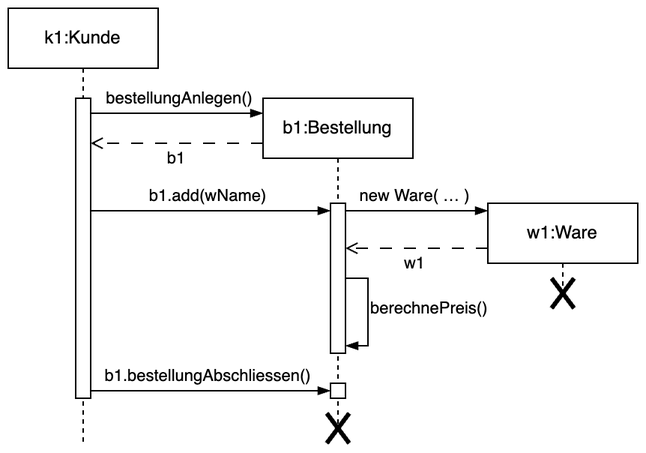
clemenswitt/pp keeps this draw.io diagram as Assets/pkl-pp-06-sequenzdiagramm.png. Above is the earlier version. Source tidied: cells renumbered, new cells last; positions are measured from the earlier drawing's top-left corner, leaving out a move shared by most shapes. Its diagram source:
```xml
<mxGraphModel>
  <root>
    <mxCell id="0" />
    <mxCell id="1" parent="0" />
    <mxCell id="2" value="k1:Kunde" style="shape=umlLifeline;perimeter=lifelinePerimeter;whiteSpace=wrap;html=1;newEdgeStyle={&quot;curved&quot;:0,&quot;rounded&quot;:0};" parent="1" vertex="1">
      <mxGeometry width="100" height="290" as="geometry" />
    </mxCell>
    <mxCell id="3" style="html=1;points=[[0,0,0,0,5],[0,1,0,0,-5],[1,0,0,0,5],[1,1,0,0,-5]];perimeter=orthogonalPerimeter;outlineConnect=0;targetShapes=umlLifeline;portConstraint=eastwest;newEdgeStyle={&quot;curved&quot;:0,&quot;rounded&quot;:0};" parent="2" vertex="1">
      <mxGeometry x="45" y="60" width="10" height="200" as="geometry" />
    </mxCell>
    <mxCell id="4" value="b1:Bestellung" style="shape=umlLifeline;perimeter=lifelinePerimeter;whiteSpace=wrap;html=1;newEdgeStyle={&quot;curved&quot;:0,&quot;rounded&quot;:0};" parent="1" vertex="1">
      <mxGeometry x="170" y="60" width="100" height="220" as="geometry" />
    </mxCell>
    <mxCell id="5" style="html=1;points=[[0,0,0,0,5],[0,1,0,0,-5],[1,0,0,0,5],[1,1,0,0,-5]];perimeter=orthogonalPerimeter;outlineConnect=0;targetShapes=umlLifeline;portConstraint=eastwest;newEdgeStyle={&quot;curved&quot;:0,&quot;rounded&quot;:0};" parent="4" vertex="1">
      <mxGeometry x="45" y="70" width="10" height="100" as="geometry" />
    </mxCell>
    <mxCell id="6" style="html=1;points=[[0,0,0,0,5],[0,1,0,0,-5],[1,0,0,0,5],[1,1,0,0,-5]];perimeter=orthogonalPerimeter;outlineConnect=0;targetShapes=umlLifeline;portConstraint=eastwest;newEdgeStyle={&quot;curved&quot;:0,&quot;rounded&quot;:0};" parent="4" vertex="1">
      <mxGeometry x="45" y="190" width="10" height="10" as="geometry" />
    </mxCell>
    <mxCell id="7" style="shape=umlDestroy;whiteSpace=wrap;html=1;strokeWidth=3;targetShapes=umlLifeline;" parent="4" vertex="1">
      <mxGeometry x="42.5" y="210" width="15" height="20" as="geometry" />
    </mxCell>
    <mxCell id="8" style="endArrow=blockThin;html=1;rounded=0;endFill=1;" parent="1" edge="1" source="3">
      <mxGeometry relative="1" as="geometry">
        <mxPoint x="170" y="70" as="targetPoint" />
      </mxGeometry>
    </mxCell>
    <mxCell id="9" value="bestellungAnlegen()" style="edgeLabel;html=1;align=center;verticalAlign=middle;" parent="8" vertex="1">
      <mxGeometry x="-0.36" y="1" relative="1" as="geometry">
        <mxPoint x="22" y="-9" as="offset" />
      </mxGeometry>
    </mxCell>
    <mxCell id="10" style="endArrow=open;html=1;rounded=0;endFill=0;dashed=1;dashPattern=8 8;" parent="1" edge="1" target="3">
      <mxGeometry relative="1" as="geometry">
        <mxPoint x="170" y="90" as="sourcePoint" />
      </mxGeometry>
    </mxCell>
    <mxCell id="11" value="b1" style="edgeLabel;html=1;align=center;verticalAlign=middle;" parent="10" vertex="1">
      <mxGeometry x="-0.36" y="1" relative="1" as="geometry">
        <mxPoint x="-22" y="9" as="offset" />
      </mxGeometry>
    </mxCell>
    <mxCell id="12" style="endArrow=blockThin;html=1;rounded=0;endFill=1;entryX=0;entryY=0;entryDx=0;entryDy=5;entryPerimeter=0;" parent="1" edge="1" source="3" target="5">
      <mxGeometry relative="1" as="geometry" />
    </mxCell>
    <mxCell id="13" value="b1.add(wName)" style="edgeLabel;html=1;align=center;verticalAlign=middle;" parent="12" vertex="1">
      <mxGeometry x="-0.36" y="1" relative="1" as="geometry">
        <mxPoint x="27" y="-9" as="offset" />
      </mxGeometry>
    </mxCell>
    <mxCell id="14" value="w1:Ware" style="shape=umlLifeline;perimeter=lifelinePerimeter;whiteSpace=wrap;html=1;newEdgeStyle={&quot;curved&quot;:0,&quot;rounded&quot;:0};" parent="1" vertex="1">
      <mxGeometry x="320" y="130" width="100" height="60" as="geometry" />
    </mxCell>
    <mxCell id="15" style="shape=umlDestroy;whiteSpace=wrap;html=1;strokeWidth=3;targetShapes=umlLifeline;" parent="14" vertex="1">
      <mxGeometry x="42.5" y="50" width="15" height="20" as="geometry" />
    </mxCell>
    <mxCell id="16" style="endArrow=blockThin;html=1;rounded=0;endFill=1;exitX=1;exitY=0;exitDx=0;exitDy=5;exitPerimeter=0;" parent="1" edge="1" source="5">
      <mxGeometry relative="1" as="geometry">
        <mxPoint x="320" y="135" as="targetPoint" />
      </mxGeometry>
    </mxCell>
    <mxCell id="17" value="new Ware( … )" style="edgeLabel;html=1;align=center;verticalAlign=middle;" parent="16" vertex="1">
      <mxGeometry x="-0.36" y="1" relative="1" as="geometry">
        <mxPoint x="15" y="-9" as="offset" />
      </mxGeometry>
    </mxCell>
    <mxCell id="18" style="endArrow=open;html=1;rounded=0;endFill=0;dashed=1;dashPattern=8 8;" parent="1" edge="1">
      <mxGeometry relative="1" as="geometry">
        <mxPoint x="320" y="160" as="sourcePoint" />
        <mxPoint x="225" y="160" as="targetPoint" />
      </mxGeometry>
    </mxCell>
    <mxCell id="19" value="w1" style="edgeLabel;html=1;align=center;verticalAlign=middle;" parent="18" vertex="1">
      <mxGeometry x="-0.36" y="1" relative="1" as="geometry">
        <mxPoint x="-19" y="9" as="offset" />
      </mxGeometry>
    </mxCell>
    <mxCell id="20" style="endArrow=blockThin;html=1;rounded=0;endFill=1;entryX=1;entryY=1;entryDx=0;entryDy=-5;entryPerimeter=0;edgeStyle=orthogonalEdgeStyle;" parent="1" edge="1" target="5">
      <mxGeometry relative="1" as="geometry">
        <mxPoint x="225" y="180" as="sourcePoint" />
        <Array as="points">
          <mxPoint x="225" y="180" />
          <mxPoint x="240" y="180" />
          <mxPoint x="240" y="225" />
        </Array>
      </mxGeometry>
    </mxCell>
    <mxCell id="21" value="berechnePreis()" style="edgeLabel;html=1;align=left;verticalAlign=middle;" parent="20" vertex="1">
      <mxGeometry x="-0.36" y="1" relative="1" as="geometry">
        <mxPoint x="-1" y="11" as="offset" />
      </mxGeometry>
    </mxCell>
    <mxCell id="22" style="endArrow=blockThin;html=1;rounded=0;endFill=1;entryX=0;entryY=0;entryDx=0;entryDy=5;entryPerimeter=0;" parent="1" edge="1" source="3" target="6">
      <mxGeometry relative="1" as="geometry" />
    </mxCell>
    <mxCell id="23" value="b1.bestellungAbschliessen()" style="edgeLabel;html=1;align=center;verticalAlign=middle;" parent="22" vertex="1">
      <mxGeometry x="-0.36" y="1" relative="1" as="geometry">
        <mxPoint x="27" y="-9" as="offset" />
      </mxGeometry>
    </mxCell>
  </root>
</mxGraphModel>
```
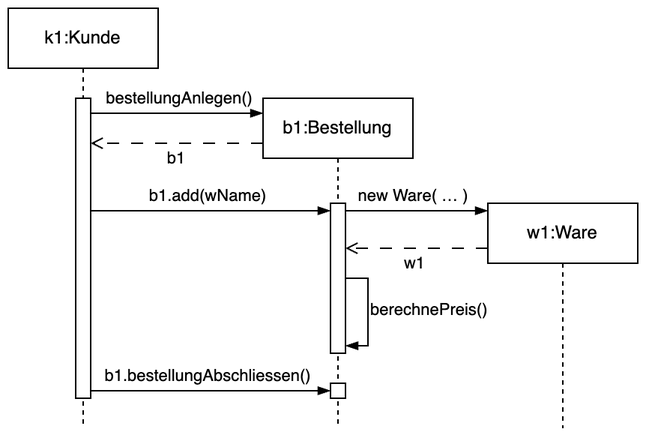
Later version of the same file.

Commit message:
pkl graphics updated

Change to the diagram source:
```diff
@@ -3,7 +3,7 @@
     <mxCell id="0" />
     <mxCell id="1" parent="0" />
     <mxCell id="2" value="k1:Kunde" style="shape=umlLifeline;perimeter=lifelinePerimeter;whiteSpace=wrap;html=1;newEdgeStyle={&quot;curved&quot;:0,&quot;rounded&quot;:0};" parent="1" vertex="1">
-      <mxGeometry width="100" height="290" as="geometry" />
+      <mxGeometry width="100" height="280" as="geometry" />
     </mxCell>
     <mxCell id="3" style="html=1;points=[[0,0,0,0,5],[0,1,0,0,-5],[1,0,0,0,5],[1,1,0,0,-5]];perimeter=orthogonalPerimeter;outlineConnect=0;targetShapes=umlLifeline;portConstraint=eastwest;newEdgeStyle={&quot;curved&quot;:0,&quot;rounded&quot;:0};" parent="2" vertex="1">
       <mxGeometry x="45" y="60" width="10" height="200" as="geometry" />
@@ -17,86 +17,80 @@
     <mxCell id="6" style="html=1;points=[[0,0,0,0,5],[0,1,0,0,-5],[1,0,0,0,5],[1,1,0,0,-5]];perimeter=orthogonalPerimeter;outlineConnect=0;targetShapes=umlLifeline;portConstraint=eastwest;newEdgeStyle={&quot;curved&quot;:0,&quot;rounded&quot;:0};" parent="4" vertex="1">
       <mxGeometry x="45" y="190" width="10" height="10" as="geometry" />
     </mxCell>
-    <mxCell id="7" style="shape=umlDestroy;whiteSpace=wrap;html=1;strokeWidth=3;targetShapes=umlLifeline;" parent="4" vertex="1">
-      <mxGeometry x="42.5" y="210" width="15" height="20" as="geometry" />
+    <mxCell id="7" style="endArrow=blockThin;html=1;rounded=0;endFill=1;" parent="1" edge="1" source="3">
+      <mxGeometry relative="1" as="geometry">
+        <mxPoint x="170" y="70" as="targetPoint" />
+      </mxGeometry>
     </mxCell>
-    <mxCell id="8" style="endArrow=blockThin;html=1;rounded=0;endFill=1;" parent="1" edge="1" source="3">
-      <mxGeometry relative="1" as="geometry">
-        <mxPoint x="170" y="70" as="targetPoint" />
+    <mxCell id="8" value="bestellungAnlegen()" style="edgeLabel;html=1;align=center;verticalAlign=middle;" parent="7" vertex="1">
+      <mxGeometry x="-0.36" y="1" relative="1" as="geometry">
+        <mxPoint x="22" y="-9" as="offset" />
       </mxGeometry>
     </mxCell>
-    <mxCell id="9" value="bestellungAnlegen()" style="edgeLabel;html=1;align=center;verticalAlign=middle;" parent="8" vertex="1">
-      <mxGeometry x="-0.36" y="1" relative="1" as="geometry">
-        <mxPoint x="22" y="-9" as="offset" />
+    <mxCell id="9" style="endArrow=open;html=1;rounded=0;endFill=0;dashed=1;dashPattern=8 8;" parent="1" edge="1" target="3">
+      <mxGeometry relative="1" as="geometry">
+        <mxPoint x="170" y="90" as="sourcePoint" />
       </mxGeometry>
     </mxCell>
-    <mxCell id="10" style="endArrow=open;html=1;rounded=0;endFill=0;dashed=1;dashPattern=8 8;" parent="1" edge="1" target="3">
-      <mxGeometry relative="1" as="geometry">
-        <mxPoint x="170" y="90" as="sourcePoint" />
+    <mxCell id="10" value="b1" style="edgeLabel;html=1;align=center;verticalAlign=middle;" parent="9" vertex="1">
+      <mxGeometry x="-0.36" y="1" relative="1" as="geometry">
+        <mxPoint x="-22" y="9" as="offset" />
       </mxGeometry>
     </mxCell>
-    <mxCell id="11" value="b1" style="edgeLabel;html=1;align=center;verticalAlign=middle;" parent="10" vertex="1">
-      <mxGeometry x="-0.36" y="1" relative="1" as="geometry">
-        <mxPoint x="-22" y="9" as="offset" />
-      </mxGeometry>
+    <mxCell id="11" style="endArrow=blockThin;html=1;rounded=0;endFill=1;entryX=0;entryY=0;entryDx=0;entryDy=5;entryPerimeter=0;" parent="1" edge="1" source="3" target="5">
+      <mxGeometry relative="1" as="geometry" />
     </mxCell>
-    <mxCell id="12" style="endArrow=blockThin;html=1;rounded=0;endFill=1;entryX=0;entryY=0;entryDx=0;entryDy=5;entryPerimeter=0;" parent="1" edge="1" source="3" target="5">
-      <mxGeometry relative="1" as="geometry" />
+    <mxCell id="12" value="b1.add(wName)" style="edgeLabel;html=1;align=center;verticalAlign=middle;" parent="11" vertex="1">
+      <mxGeometry x="-0.36" y="1" relative="1" as="geometry">
+        <mxPoint x="27" y="-9" as="offset" />
+      </mxGeometry>
     </mxCell>
-    <mxCell id="13" value="b1.add(wName)" style="edgeLabel;html=1;align=center;verticalAlign=middle;" parent="12" vertex="1">
-      <mxGeometry x="-0.36" y="1" relative="1" as="geometry">
-        <mxPoint x="27" y="-9" as="offset" />
-      </mxGeometry>
+    <mxCell id="13" value="w1:Ware" style="shape=umlLifeline;perimeter=lifelinePerimeter;whiteSpace=wrap;html=1;newEdgeStyle={&quot;curved&quot;:0,&quot;rounded&quot;:0};" parent="1" vertex="1">
+      <mxGeometry x="320" y="130" width="100" height="150" as="geometry" />
     </mxCell>
-    <mxCell id="14" value="w1:Ware" style="shape=umlLifeline;perimeter=lifelinePerimeter;whiteSpace=wrap;html=1;newEdgeStyle={&quot;curved&quot;:0,&quot;rounded&quot;:0};" parent="1" vertex="1">
-      <mxGeometry x="320" y="130" width="100" height="60" as="geometry" />
+    <mxCell id="14" style="endArrow=blockThin;html=1;rounded=0;endFill=1;exitX=1;exitY=0;exitDx=0;exitDy=5;exitPerimeter=0;" parent="1" edge="1" source="5">
+      <mxGeometry relative="1" as="geometry">
+        <mxPoint x="320" y="135" as="targetPoint" />
+      </mxGeometry>
     </mxCell>
-    <mxCell id="15" style="shape=umlDestroy;whiteSpace=wrap;html=1;strokeWidth=3;targetShapes=umlLifeline;" parent="14" vertex="1">
-      <mxGeometry x="42.5" y="50" width="15" height="20" as="geometry" />
+    <mxCell id="15" value="new Ware( … )" style="edgeLabel;html=1;align=center;verticalAlign=middle;" parent="14" vertex="1">
+      <mxGeometry x="-0.36" y="1" relative="1" as="geometry">
+        <mxPoint x="15" y="-9" as="offset" />
+      </mxGeometry>
     </mxCell>
-    <mxCell id="16" style="endArrow=blockThin;html=1;rounded=0;endFill=1;exitX=1;exitY=0;exitDx=0;exitDy=5;exitPerimeter=0;" parent="1" edge="1" source="5">
+    <mxCell id="16" style="endArrow=open;html=1;rounded=0;endFill=0;dashed=1;dashPattern=8 8;" parent="1" edge="1">
       <mxGeometry relative="1" as="geometry">
-        <mxPoint x="320" y="135" as="targetPoint" />
+        <mxPoint x="320" y="160" as="sourcePoint" />
+        <mxPoint x="225" y="160" as="targetPoint" />
       </mxGeometry>
     </mxCell>
-    <mxCell id="17" value="new Ware( … )" style="edgeLabel;html=1;align=center;verticalAlign=middle;" parent="16" vertex="1">
+    <mxCell id="17" value="w1" style="edgeLabel;html=1;align=center;verticalAlign=middle;" parent="16" vertex="1">
       <mxGeometry x="-0.36" y="1" relative="1" as="geometry">
-        <mxPoint x="15" y="-9" as="offset" />
+        <mxPoint x="-19" y="9" as="offset" />
       </mxGeometry>
     </mxCell>
-    <mxCell id="18" style="endArrow=open;html=1;rounded=0;endFill=0;dashed=1;dashPattern=8 8;" parent="1" edge="1">
+    <mxCell id="18" style="endArrow=blockThin;html=1;rounded=0;endFill=1;entryX=1;entryY=1;entryDx=0;entryDy=-5;entryPerimeter=0;edgeStyle=orthogonalEdgeStyle;" parent="1" edge="1" target="5">
       <mxGeometry relative="1" as="geometry">
-        <mxPoint x="320" y="160" as="sourcePoint" />
-        <mxPoint x="225" y="160" as="targetPoint" />
+        <mxPoint x="225" y="180" as="sourcePoint" />
+        <Array as="points">
+          <mxPoint x="225" y="180" />
+          <mxPoint x="240" y="180" />
+          <mxPoint x="240" y="225" />
+        </Array>
       </mxGeometry>
     </mxCell>
-    <mxCell id="19" value="w1" style="edgeLabel;html=1;align=center;verticalAlign=middle;" parent="18" vertex="1">
+    <mxCell id="19" value="berechnePreis()" style="edgeLabel;html=1;align=left;verticalAlign=middle;" parent="18" vertex="1">
       <mxGeometry x="-0.36" y="1" relative="1" as="geometry">
-        <mxPoint x="-19" y="9" as="offset" />
+        <mxPoint x="-1" y="11" as="offset" />
       </mxGeometry>
     </mxCell>
-    <mxCell id="20" style="endArrow=blockThin;html=1;rounded=0;endFill=1;entryX=1;entryY=1;entryDx=0;entryDy=-5;entryPerimeter=0;edgeStyle=orthogonalEdgeStyle;" parent="1" edge="1" target="5">
-      <mxGeometry relative="1" as="geometry">
-        <mxPoint x="225" y="180" as="sourcePoint" />
-        <Array as="points">
-          <mxPoint x="225" y="180" />
-          <mxPoint x="240" y="180" />
-          <mxPoint x="240" y="225" />
-        </Array>
-      </mxGeometry>
+    <mxCell id="20" style="endArrow=blockThin;html=1;rounded=0;endFill=1;entryX=0;entryY=0;entryDx=0;entryDy=5;entryPerimeter=0;" parent="1" edge="1" source="3" target="6">
+      <mxGeometry relative="1" as="geometry" />
     </mxCell>
-    <mxCell id="21" value="berechnePreis()" style="edgeLabel;html=1;align=left;verticalAlign=middle;" parent="20" vertex="1">
+    <mxCell id="21" value="b1.bestellungAbschliessen()" style="edgeLabel;html=1;align=center;verticalAlign=middle;" parent="20" vertex="1">
       <mxGeometry x="-0.36" y="1" relative="1" as="geometry">
-        <mxPoint x="-1" y="11" as="offset" />
+        <mxPoint x="27" y="-9" as="offset" />
       </mxGeometry>
     </mxCell>
-    <mxCell id="22" style="endArrow=blockThin;html=1;rounded=0;endFill=1;entryX=0;entryY=0;entryDx=0;entryDy=5;entryPerimeter=0;" parent="1" edge="1" source="3" target="6">
-      <mxGeometry relative="1" as="geometry" />
-    </mxCell>
-    <mxCell id="23" value="b1.bestellungAbschliessen()" style="edgeLabel;html=1;align=center;verticalAlign=middle;" parent="22" vertex="1">
-      <mxGeometry x="-0.36" y="1" relative="1" as="geometry">
-        <mxPoint x="27" y="-9" as="offset" />
-      </mxGeometry>
-    </mxCell>
   </root>
 </mxGraphModel>
```
